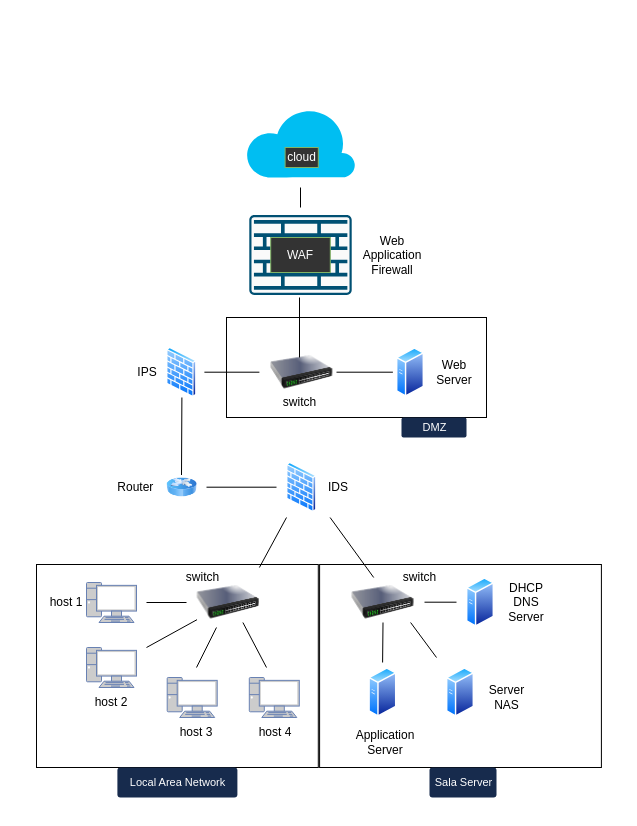
Before: Tetha.drawio in Tiafoxxx/BW1, a draw.io diagram. Source tidied: cells renumbered, new cells numbered last; positions are measured from the earlier drawing's top-left corner, leaving out a move shared by most shapes. Both pictures are drawn from the tidied source at 100%, with x=0, y=0 at pixel (36, 107).
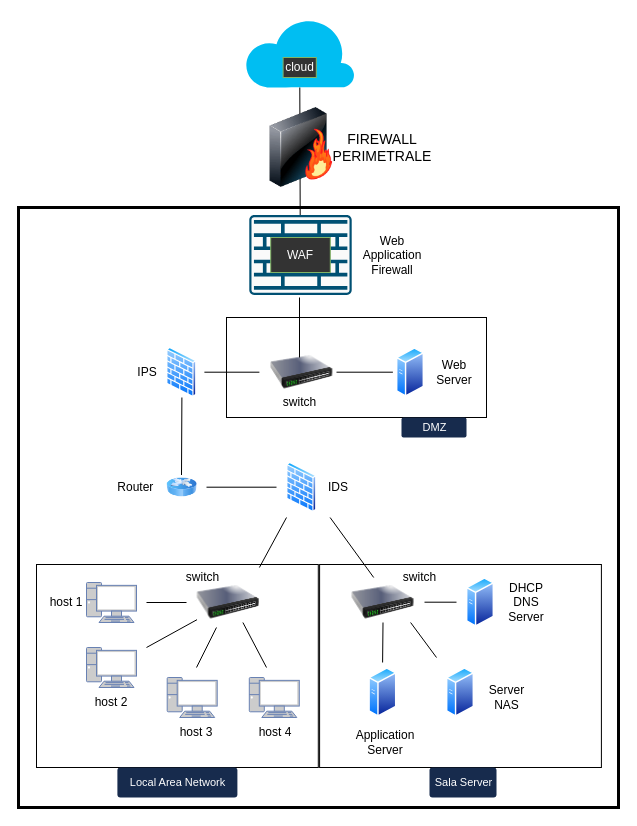
After the change.

The edit, as a diff of the source:
```diff
@@
     <mxCell id="6" style="verticalLabelPosition=bottom;html=1;verticalAlign=top;align=center;strokeColor=none;fillColor=#00BEF2;shape=mxgraph.azure.cloud;" parent="1" vertex="1">
-      <mxGeometry x="209" width="110" height="70" as="geometry" />
+      <mxGeometry x="208.2" y="-90" width="110" height="70" as="geometry" />
     </mxCell>
@@
     <mxCell id="46" value="&lt;font color=&quot;#ffffff&quot;&gt;cloud&lt;/font&gt;" style="text;strokeColor=#82b366;align=center;fillColor=#333333;html=1;verticalAlign=middle;whiteSpace=wrap;rounded=0;gradientColor=none;" parent="1" vertex="1">
-      <mxGeometry x="248.6" y="40" width="33.2" height="20" as="geometry" />
+      <mxGeometry x="246.6" y="-50" width="33.2" height="20" as="geometry" />
     </mxCell>
@@
-    <mxCell id="54" style="endArrow=none;html=1;rounded=0;" parent="1" edge="1">
+    <mxCell id="54" style="endArrow=none;html=1;rounded=0;" parent="1" edge="1" target="6">
       <mxGeometry relative="1" as="geometry">
-        <mxPoint x="264" y="100" as="sourcePoint" />
-        <mxPoint x="264" y="80" as="targetPoint" />
+        <mxPoint x="263.7" y="107.5" as="sourcePoint" />
       </mxGeometry>
     </mxCell>
@@
+    <mxCell id="56" style="rounded=0;whiteSpace=wrap;html=1;fillColor=none;strokeWidth=3;" parent="1" vertex="1">
+      <mxGeometry x="-18" y="100" width="600" height="600" as="geometry" />
+    </mxCell>
+    <mxCell id="57" style="image;html=1;image=img/lib/clip_art/networking/Firewall-page1_128x128.png;" parent="1" vertex="1">
+      <mxGeometry x="225" width="80" height="80" as="geometry" />
+    </mxCell>
+    <mxCell id="58" value="&lt;font style=&quot;font-size: 14px;&quot;&gt;FIREWALL&lt;/font&gt;&lt;div style=&quot;font-size: 14px;&quot;&gt;&lt;font style=&quot;font-size: 14px;&quot;&gt;PERIMETRALE&lt;/font&gt;&lt;/div&gt;" style="text;strokeColor=none;align=center;fillColor=none;html=1;verticalAlign=middle;whiteSpace=wrap;rounded=0;" parent="1" vertex="1">
+      <mxGeometry x="296.4" y="10" width="100" height="60" as="geometry" />
+    </mxCell>
```
